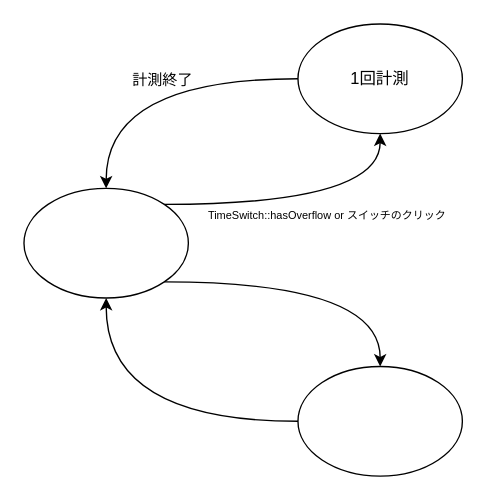
Above: figure/StateTransitionDiagram.drawio in mm011106/EagleLib (draw.io), before the change. Source tidied: cells renumbered, new cells numbered last; positions are measured from the earlier drawing's top-left corner, leaving out a move shared by most shapes. Both pictures are drawn from the tidied source at 137%, with x=0, y=0 at pixel (23, 23).
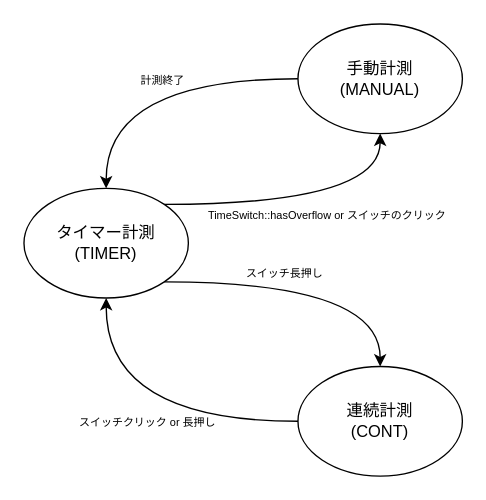
Above is the later version.

Commit message (it also covers changes not shown here):
StateTransitionDiagram.drawio を更新します

Change to the diagram source:
```diff
@@
 <mxGraphModel>
   <root>
     <mxCell id="0" />
     <mxCell id="1" parent="0" />
-    <mxCell id="2" style="ellipse;whiteSpace=wrap;html=1;" parent="1" vertex="1">
+    <mxCell id="2" value="タイマー計測&lt;div&gt;(TIMER)&lt;/div&gt;" style="ellipse;whiteSpace=wrap;html=1;" parent="1" vertex="1">
       <mxGeometry y="120" width="120" height="80" as="geometry" />
     </mxCell>
     <mxCell id="3" style="edgeStyle=orthogonalEdgeStyle;rounded=0;jettySize=auto;html=1;exitX=0;exitY=0.5;exitDx=0;exitDy=0;entryX=0.5;entryY=0;entryDx=0;entryDy=0;curved=1;" parent="1" edge="1" source="5" target="2">
       <mxGeometry relative="1" as="geometry" />
     </mxCell>
-    <mxCell id="4" value="計測終了" style="edgeLabel;html=1;align=center;verticalAlign=middle;" parent="3" vertex="1">
+    <mxCell id="4" value="計測終了" style="edgeLabel;html=1;align=center;verticalAlign=middle;fontSize=8;" parent="3" vertex="1">
       <mxGeometry x="-0.36" y="7" relative="1" as="geometry">
         <mxPoint x="-30" y="-7" as="offset" />
       </mxGeometry>
     </mxCell>
-    <mxCell id="5" value="1回計測" style="ellipse;whiteSpace=wrap;html=1;" parent="1" vertex="1">
+    <mxCell id="5" value="手動計測&lt;div&gt;(MANUAL)&lt;/div&gt;" style="ellipse;whiteSpace=wrap;html=1;" parent="1" vertex="1">
       <mxGeometry x="200" width="120" height="80" as="geometry" />
     </mxCell>
-    <mxCell id="6" style="ellipse;whiteSpace=wrap;html=1;" parent="1" vertex="1">
+    <mxCell id="6" value="連続計測&lt;div&gt;(CONT)&lt;/div&gt;" style="ellipse;whiteSpace=wrap;html=1;" parent="1" vertex="1">
       <mxGeometry x="200" y="250" width="120" height="80" as="geometry" />
     </mxCell>
     <mxCell id="7" style="endArrow=classic;html=1;rounded=0;exitX=1;exitY=1;exitDx=0;exitDy=0;entryX=0.5;entryY=0;entryDx=0;entryDy=0;edgeStyle=orthogonalEdgeStyle;curved=1;" parent="1" edge="1" source="2" target="6">
       <mxGeometry relative="1" as="geometry" />
     </mxCell>
+    <mxCell id="11" value="&lt;span style=&quot;font-size: 8px;&quot;&gt;スイッチ長押し&lt;/span&gt;" style="edgeLabel;html=1;align=center;verticalAlign=middle;" parent="7" vertex="1">
+      <mxGeometry x="-0.12" y="-10" relative="1" as="geometry">
+        <mxPoint x="-9" y="-18" as="offset" />
+      </mxGeometry>
+    </mxCell>
     <mxCell id="8" style="endArrow=classic;html=1;rounded=0;entryX=0.5;entryY=1;entryDx=0;entryDy=0;edgeStyle=orthogonalEdgeStyle;curved=1;exitX=0;exitY=0.5;exitDx=0;exitDy=0;" parent="1" edge="1" source="6" target="2">
       <mxGeometry relative="1" as="geometry" />
     </mxCell>
+    <mxCell id="12" value="スイッチクリック or 長押し" style="edgeLabel;html=1;align=center;verticalAlign=middle;fontSize=8;" parent="8" vertex="1">
+      <mxGeometry x="-0.22" y="-11" relative="1" as="geometry">
+        <mxPoint x="-21" y="11" as="offset" />
+      </mxGeometry>
+    </mxCell>
     <mxCell id="9" style="edgeStyle=orthogonalEdgeStyle;rounded=0;jettySize=auto;html=1;exitX=1;exitY=0;exitDx=0;exitDy=0;entryX=0.5;entryY=1;entryDx=0;entryDy=0;curved=1;" parent="1" edge="1" source="2" target="5">
       <mxGeometry relative="1" as="geometry" />
     </mxCell>
     <mxCell id="10" value="TimeSwitch::hasOverflow or スイッチのクリック" style="edgeLabel;html=1;align=center;verticalAlign=middle;fontSize=8;" parent="9" vertex="1">
       <mxGeometry x="-0.21" y="3" relative="1" as="geometry">
         <mxPoint x="35" y="11" as="offset" />
       </mxGeometry>
     </mxCell>
   </root>
 </mxGraphModel>
```
